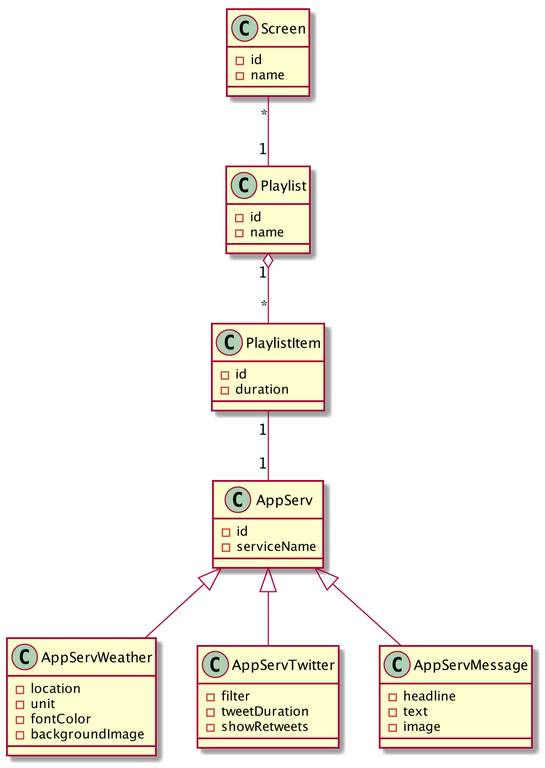
This is plantuml.png from maikschneider/screenapp, a PlantUML export, as it was before one commit.
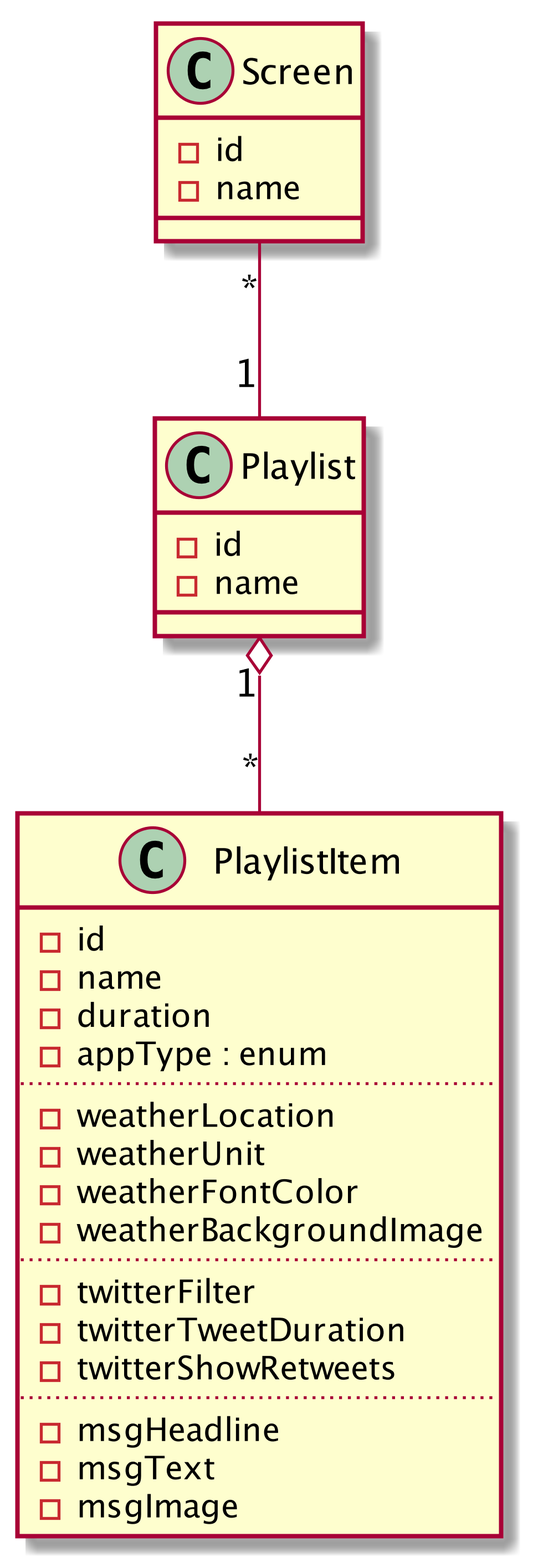
After the change.

Commit message:
Remove different App classes, add class attributes

Change to the diagram source:
```diff
@@ -17,40 +17,22 @@
 
 class PlaylistItem {
 	- id
+	- name
 	- duration
+	- appType : enum
+	..
+	- weatherLocation
+	- weatherUnit
+	- weatherFontColor
+	- weatherBackgroundImage
+	..
+	- twitterFilter
+	- twitterTweetDuration
+	- twitterShowRetweets
+	..
+	- msgHeadline
+	- msgText
+	- msgImage
 }
 
-PlaylistItem "1" -- "1" AppServ
-
-class AppServ {
-	- id
-	- serviceName
-}
-
-AppServ <|-- AppServWeather
-
-class AppServWeather {
-	- location
-	- unit
-	- fontColor
-	- backgroundImage
-}
-
-AppServ <|-- AppServTwitter
-
-class AppServTwitter {
-	- filter
-	- tweetDuration
-	- showRetweets
-}
-
-AppServ <|-- AppServMessage
-
-class AppServMessage {
-	- headline
-	- text
-	- image
-}
-
-
 @enduml
```
